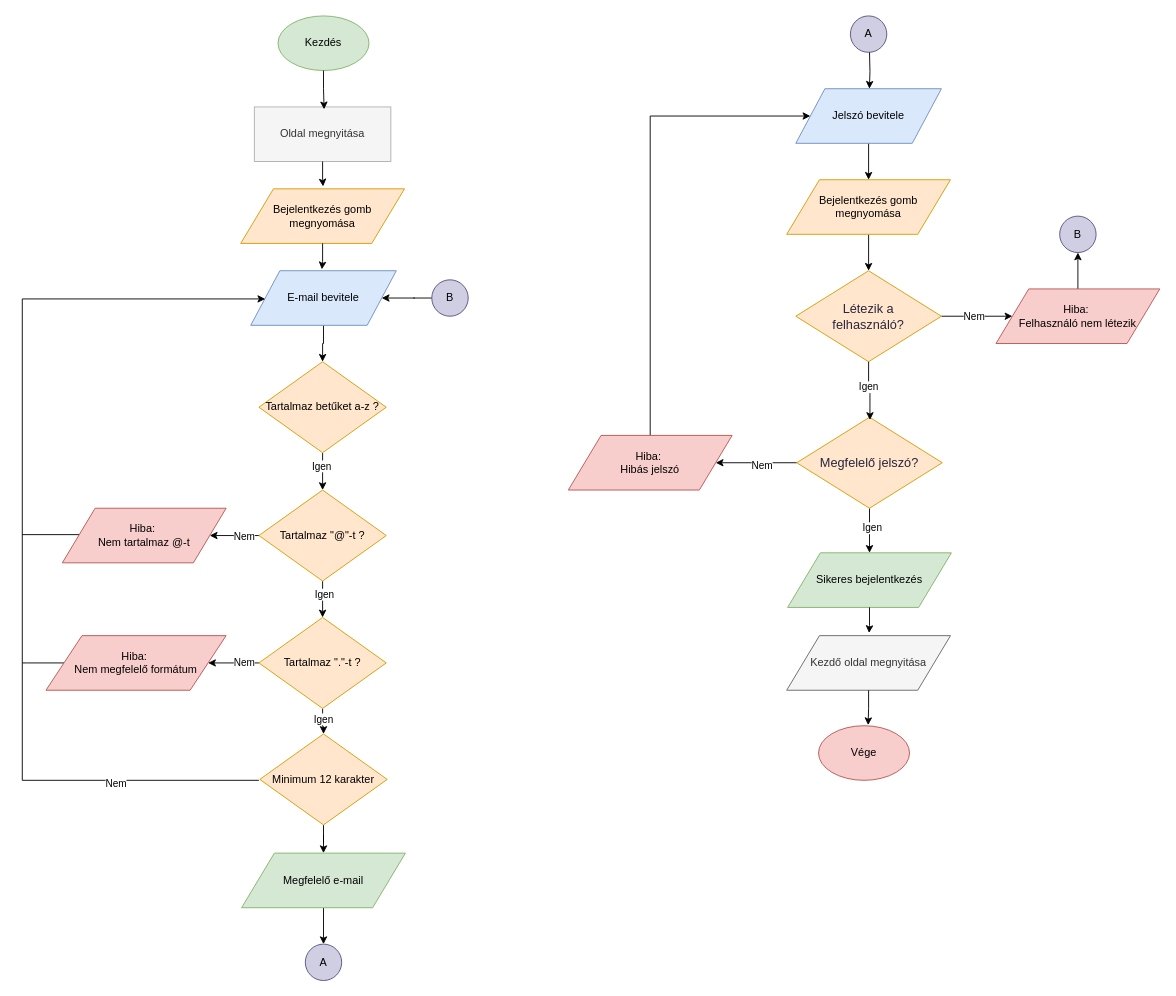
This is Dokumentáció/fájlok/folyamatábrák/draw.io/login_folyamat.drawio from CsenkiGergely/13_S2_2_vizsgaremek, a draw.io file, before an edit. Source tidied: cells renumbered, new cells numbered last; positions are measured from the earlier drawing's top-left corner, leaving out a move shared by most shapes. Both pictures are drawn from the tidied source at 91%, with x=0, y=0 at pixel (22, 15).
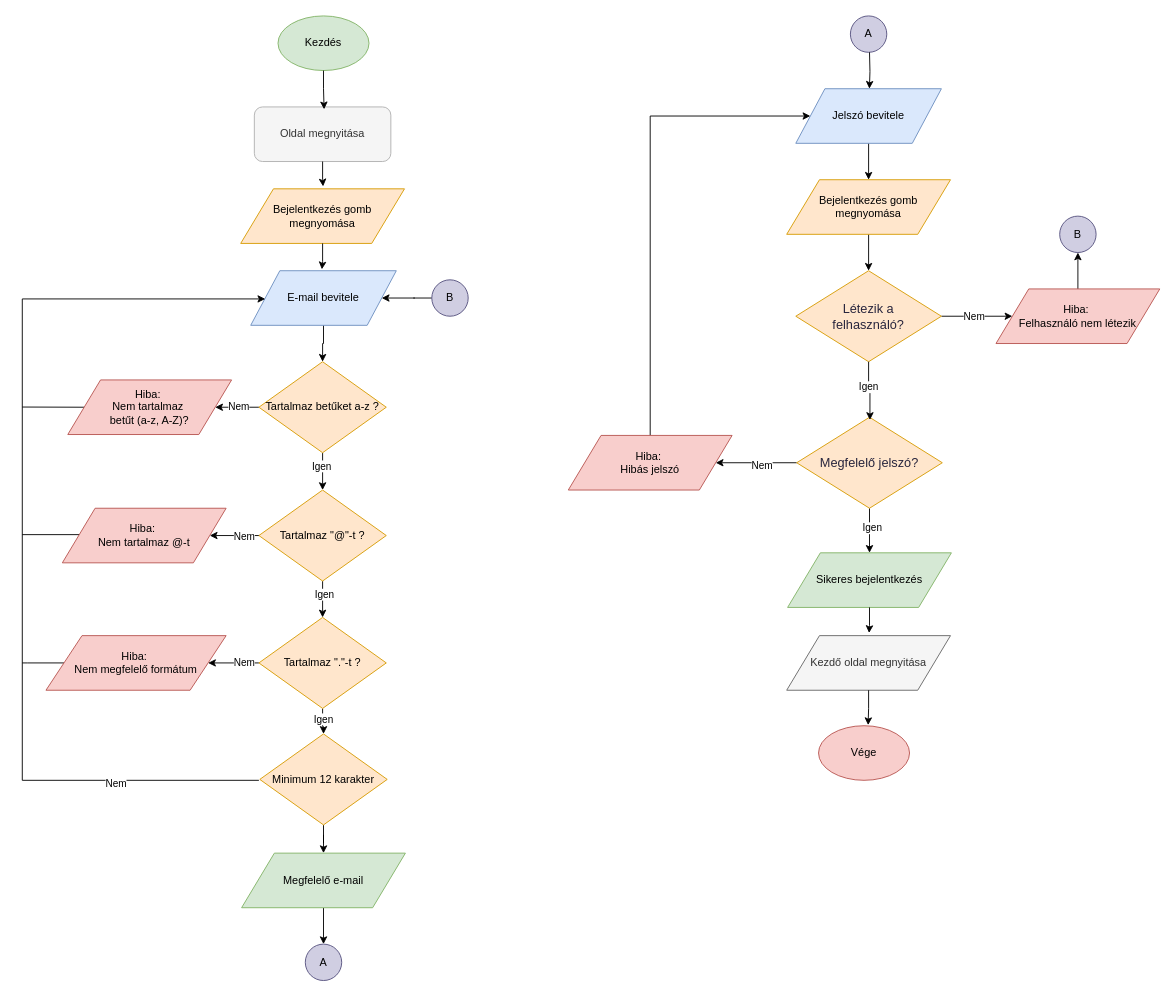
Above is the later version.

Unchanged cells that the change refers to:
```xml
<mxCell id="25" value="Tartalmaz betűket a-z ?" style="rhombus;whiteSpace=wrap;html=1;fillColor=#ffe6cc;strokeColor=#d79b00;" parent="1" vertex="1">
  <mxGeometry x="260" y="380" width="140" height="100" as="geometry" />
</mxCell>
```

What changed in the source:
```diff
@@
-    <mxCell id="6" value="E-mail bevitele" style="shape=parallelogram;perimeter=parallelogramPerimeter;whiteSpace=wrap;html=1;fillColor=#dae8fc;strokeColor=#6c8ebf;" parent="1" vertex="1">
+    <mxCell id="6" value="E-mail bevitele" style="shape=parallelogram;perimeter=parallelogramPerimeter;whiteSpace=wrap;html=1;fillColor=#dae8fc;strokeColor=#6c8ebf;rounded=0;" parent="1" vertex="1">
       <mxGeometry x="251" y="280" width="160" height="60" as="geometry" />
     </mxCell>
@@
+    <mxCell id="62" style="edgeStyle=none;html=1;exitX=0;exitY=0.5;exitDx=0;exitDy=0;entryX=1;entryY=0.5;entryDx=0;entryDy=0;" parent="1" edge="1" source="25" target="65">
+      <mxGeometry relative="1" as="geometry" />
+    </mxCell>
+    <mxCell id="63" value="Nem" style="edgeLabel;html=1;align=center;verticalAlign=middle;" parent="62" vertex="1">
+      <mxGeometry x="-0.05" y="-1" relative="1" as="geometry" />
+    </mxCell>
@@
-    <mxCell id="37" value="Oldal megnyitása" style="rounded=0;whiteSpace=wrap;html=1;fillColor=#f5f5f5;fontColor=#333333;strokeColor=light-dark(#b0b0b0, #4a4a4a);" parent="1" vertex="1">
+    <mxCell id="37" value="Oldal megnyitása" style="rounded=1;whiteSpace=wrap;html=1;fillColor=#f5f5f5;fontColor=#333333;strokeColor=light-dark(#b0b0b0, #4a4a4a);" parent="1" vertex="1">
       <mxGeometry x="255" y="100" width="150" height="60" as="geometry" />
     </mxCell>
@@
+    <mxCell id="64" style="edgeStyle=none;html=1;exitX=0;exitY=0.5;exitDx=0;exitDy=0;endArrow=none;endFill=0;" parent="1" edge="1" source="65">
+      <mxGeometry relative="1" as="geometry">
+        <mxPoint y="429.8" as="targetPoint" />
+      </mxGeometry>
+    </mxCell>
+    <mxCell id="65" value="Hiba:&amp;nbsp;&lt;br&gt;Nem tartalmaz&amp;nbsp;&lt;div&gt;betűt (a-z, A-Z)?&lt;/div&gt;" style="shape=parallelogram;perimeter=parallelogramPerimeter;whiteSpace=wrap;html=1;fillColor=#f8cecc;strokeColor=#b85450;" parent="1" vertex="1">
+      <mxGeometry x="50" y="400" width="180" height="60" as="geometry" />
+    </mxCell>
```
